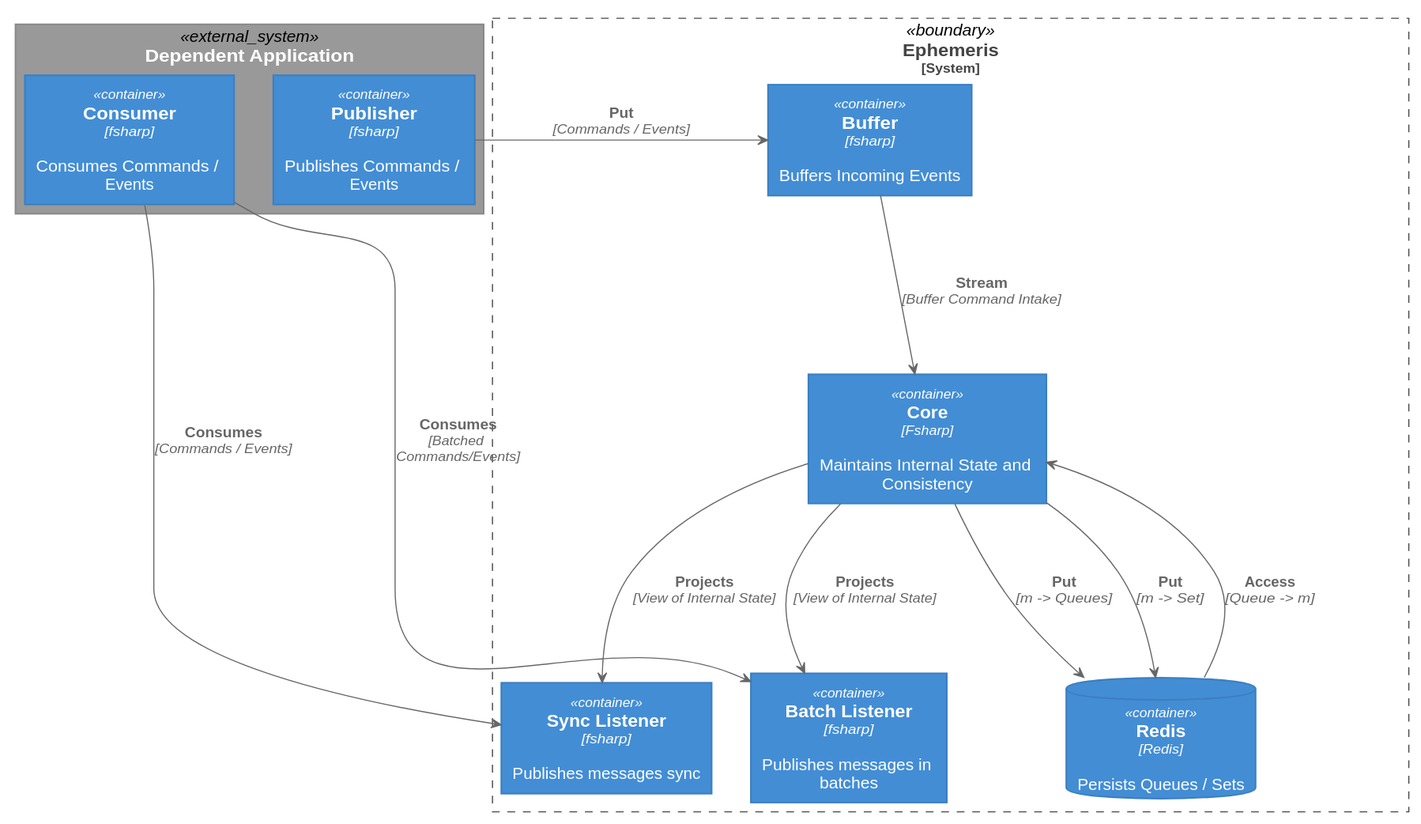
Above: Diagrams/SystemDiagram.svg in ZaymonFC/Ephemeris (PlantUML), before the change.
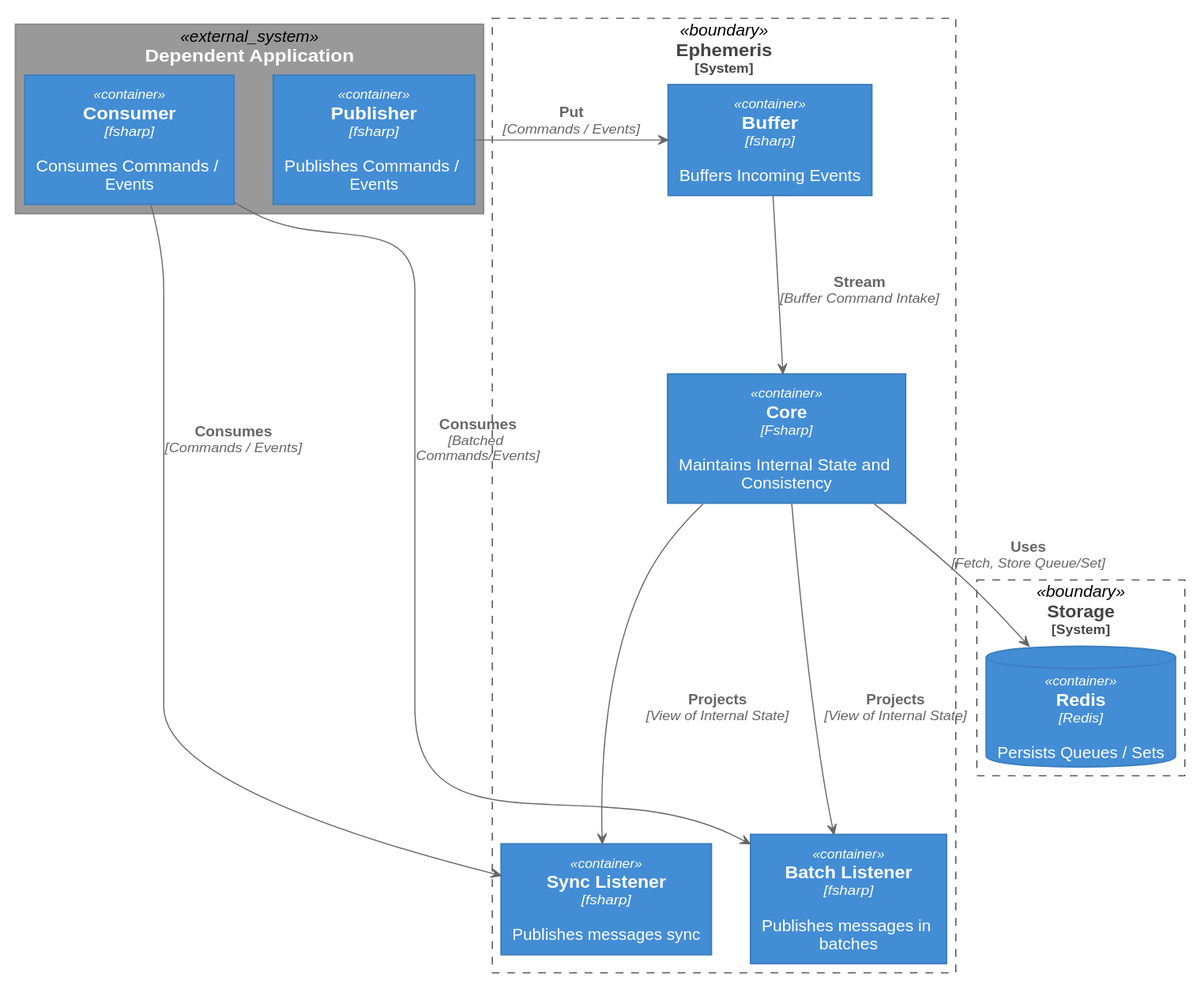
After the change.

Commit message:
Update system boundaries

Diff of the diagram source:
```diff
@@ -133,6 +133,7 @@
 
 
 
+top to bottom direction
 
 rectangle "==Dependent Application" <<external_system>> as ex {
     rectangle "==Publisher\n//<size:12>[fsharp]</size>//\n\n Publishes Commands / Events" <<container>> as pub
@@ -144,15 +145,15 @@
     rectangle "==Buffer\n//<size:12>[fsharp]</size>//\n\n Buffers Incoming Events" <<container>> as buffer
     rectangle "==Sync Listener\n//<size:12>[fsharp]</size>//\n\n Publishes messages sync" <<container>> as sync
     rectangle "==Batch Listener\n//<size:12>[fsharp]</size>//\n\n Publishes messages in batches" <<container>> as batch
+}
+rectangle "==Storage\n<size:12>[System]</size>" <<boundary>> as storage {
     database "==Redis\n//<size:12>[Redis]</size>//\n\n Persists Queues / Sets" <<container>> as redis
 }
 
 cons --> sync : "===Consumes\n//<size:12>[Commands / Events]</size>//"
 cons --> batch : "===Consumes\n//<size:12>[Batched Commands/Events]</size>//"
 pub -> buffer : "===Put\n//<size:12>[Commands / Events]</size>//"
-core --> redis : "===Put\n//<size:12>[m -> Queues]</size>//"
-core --> redis : "===Put\n//<size:12>[m -> Set]</size>//"
-redis --> core : "===Access\n//<size:12>[Queue -> m]</size>//"
+core --> redis : "===Uses\n//<size:12>[Fetch, Store Queue/Set]</size>//"
 core --> sync : "===Projects\n//<size:12>[View of Internal State]</size>//"
 core --> batch : "===Projects\n//<size:12>[View of Internal State]</size>//"
 
```
